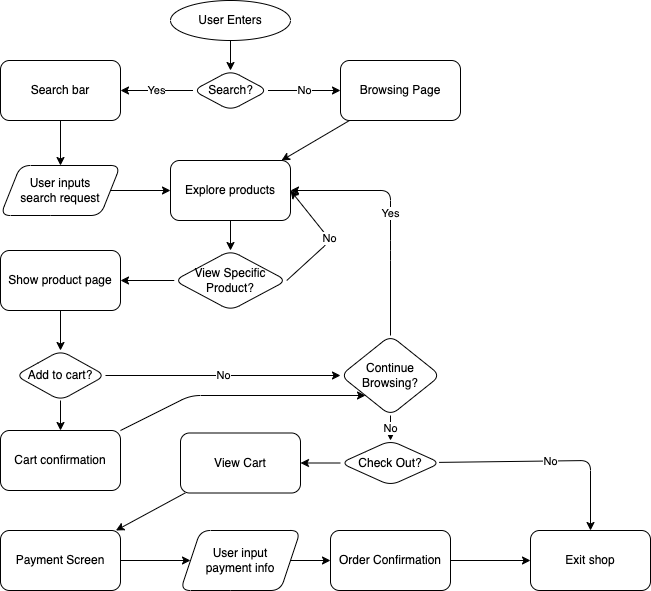
The draw.io diagram explore/diagramming/diagram.drawio.png in uliyaah/sp24-cse110-lab4, before a commit. Source tidied: cells renumbered, new cells last; positions are measured from the earlier drawing's top-left corner, leaving out a move shared by most shapes.
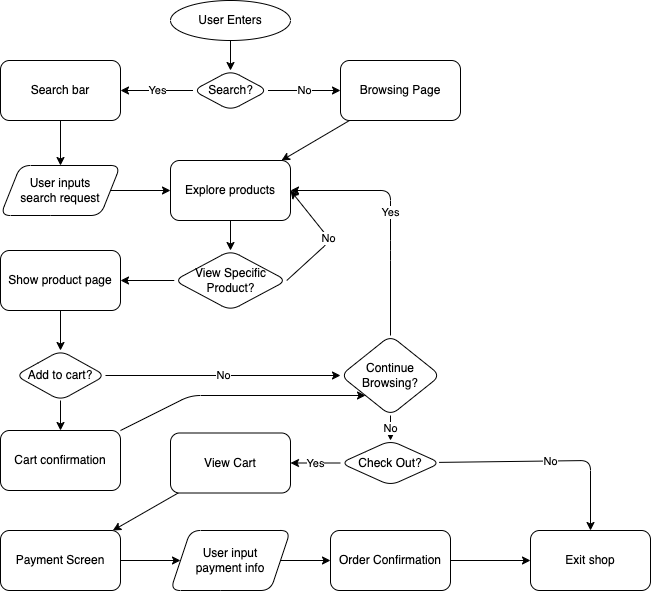
The same diagram one commit later.

The edit, as a diff of the source:
```diff
@@ -103,7 +103,7 @@
         </Array>
       </mxGeometry>
     </mxCell>
-    <mxCell id="30" style="edgeStyle=none;html=1;" parent="1" edge="1" source="31" target="33">
+    <mxCell id="30" value="Yes" style="edgeStyle=none;html=1;" parent="1" edge="1" source="31" target="33">
       <mxGeometry relative="1" as="geometry" />
     </mxCell>
     <mxCell id="31" value="Check Out?" style="rhombus;whiteSpace=wrap;html=1;rounded=1;" parent="1" vertex="1">
@@ -113,7 +113,7 @@
       <mxGeometry relative="1" as="geometry" />
     </mxCell>
     <mxCell id="33" value="View Cart" style="whiteSpace=wrap;html=1;rounded=1;" parent="1" vertex="1">
-      <mxGeometry x="180" y="432.5" width="120" height="60" as="geometry" />
+      <mxGeometry x="170" y="432.5" width="120" height="60" as="geometry" />
     </mxCell>
     <mxCell id="34" style="edgeStyle=none;html=1;" parent="1" edge="1" source="35" target="37">
       <mxGeometry relative="1" as="geometry" />
@@ -125,7 +125,7 @@
       <mxGeometry relative="1" as="geometry" />
     </mxCell>
     <mxCell id="37" value="User input &lt;br&gt;payment info" style="shape=parallelogram;perimeter=parallelogramPerimeter;whiteSpace=wrap;html=1;fixedSize=1;rounded=1;" parent="1" vertex="1">
-      <mxGeometry x="180" y="530" width="120" height="60" as="geometry" />
+      <mxGeometry x="170" y="530" width="120" height="60" as="geometry" />
     </mxCell>
     <mxCell id="38" style="edgeStyle=none;html=1;" parent="1" edge="1" source="39" target="26">
       <mxGeometry relative="1" as="geometry" />
```
